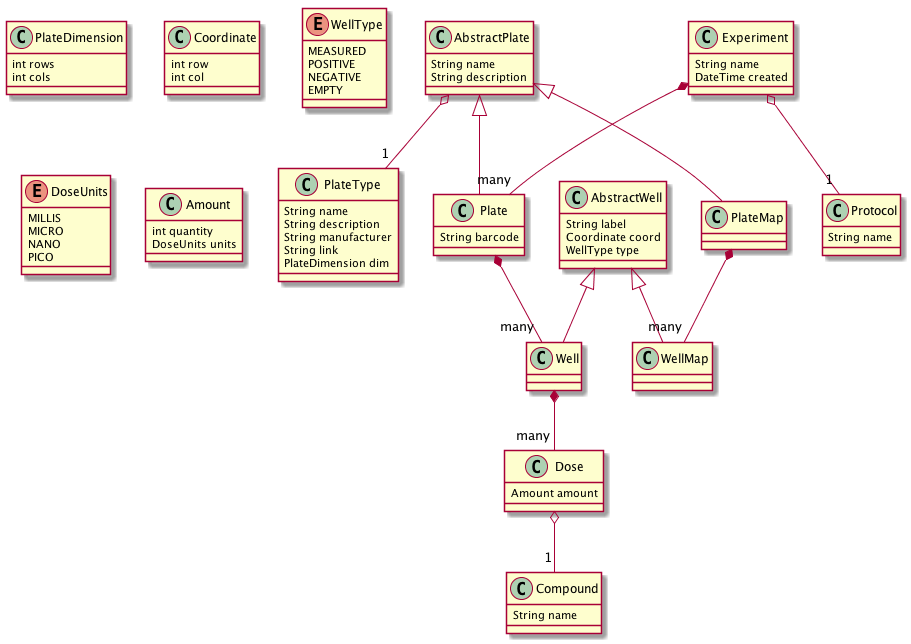
Above: docs/uml/classes.png in massfords/we99 (PlantUML), before the change.
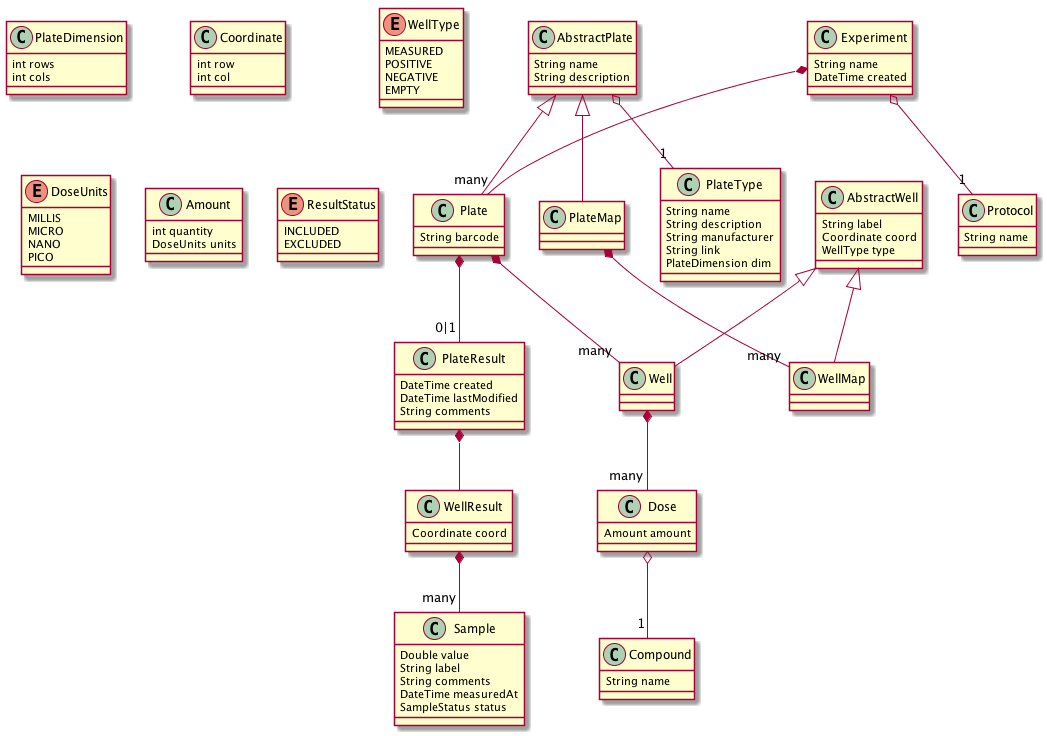
The same file after the commit.

What changed in the source:
```diff
@@ -4,6 +4,9 @@
 AbstractPlate <|-- PlateMap
 AbstractPlate o-- "1" PlateType
 Plate *-- "many" Well
+Plate *-- "0|1" PlateResult
+PlateResult *-- WellResult
+WellResult *-- "many" Sample
 AbstractWell <|-- Well
 AbstractWell <|-- WellMap
 Well *-- "many" Dose
@@ -89,5 +92,27 @@
     DateTime created
 }
 
+class Sample {
+    Double value
+    String label
+    String comments
+    DateTime measuredAt
+    SampleStatus status
+}
+
+class WellResult {
+    Coordinate coord
+}
+
+enum ResultStatus {
+    INCLUDED
+    EXCLUDED
+}
+
+class PlateResult {
+    DateTime created
+    DateTime lastModified
+    String comments
+}
 
 @enduml
```
